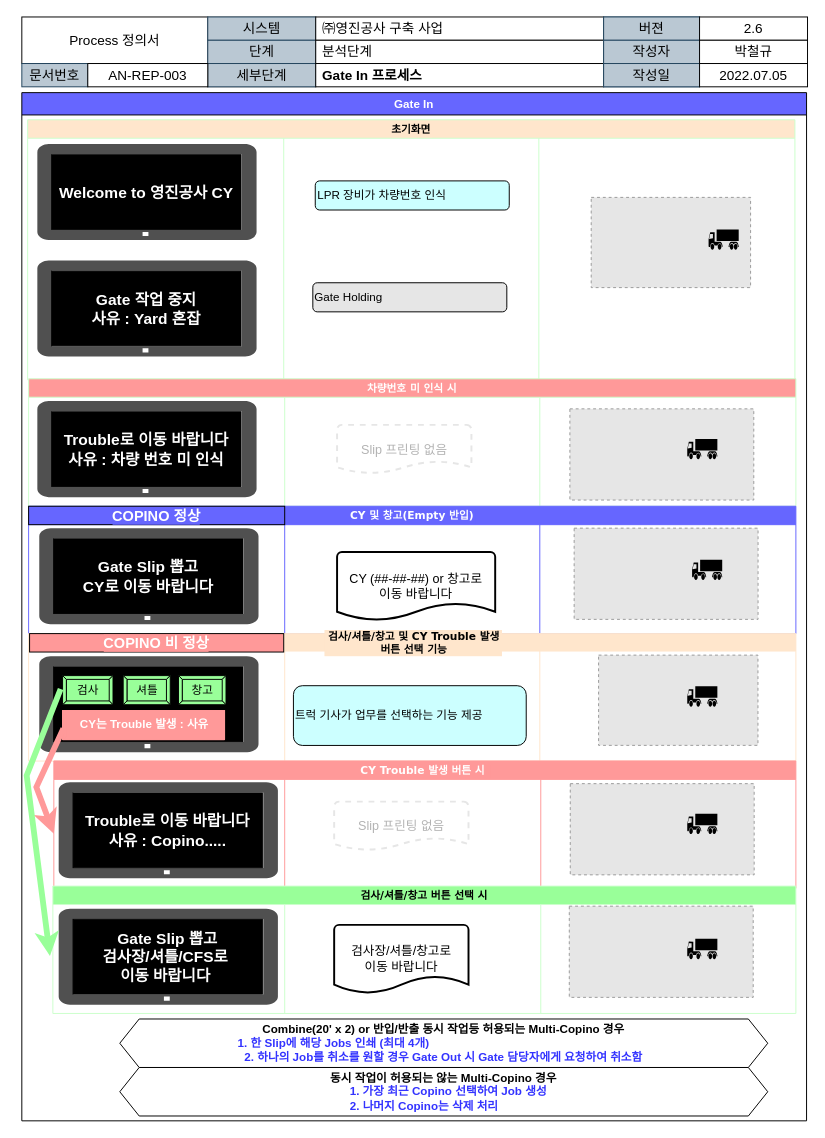
The draw.io diagram page "GATE IN (화면)" (3 of 7) of 산출물/프로세스 명세서 (업무).drawio in yabadadu/-, before the edit. Source tidied: cells renumbered, new cells numbered last; positions are measured from the earlier drawing's top-left corner, leaving out a move shared by most shapes. Both pictures are drawn from the tidied source at 97%, with x=0, y=0 at pixel (21, 16). Pictures stored in the file or linked from it are replaced by grey dashed boxes.
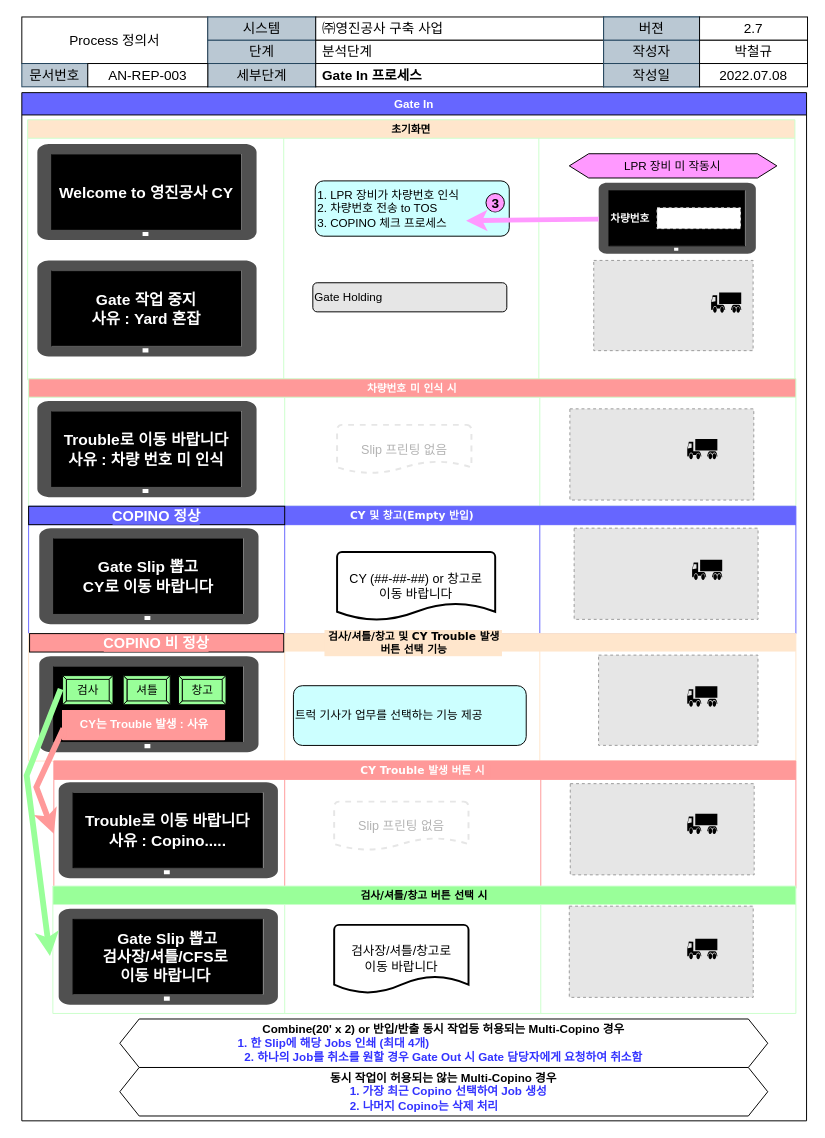
After the change.

Unchanged cells that the change refers to:
```xml
<mxCell id="2" value="Gate In" style="swimlane;fillColor=#6666FF;fontColor=#FFFFFF;" parent="1" vertex="1">
  <mxGeometry y="78" width="809" height="1060" as="geometry" />
</mxCell>
<mxCell id="97" style="group;" parent="83" vertex="1">
  <mxGeometry x="698.7" width="111.3" height="72" as="geometry" />
</mxCell>
```

What changed in the source:
```diff
@@
     <mxCell id="8" style="fillColor=#E6E6E6;strokeColor=#999999;dashed=1;verticalLabelPosition=bottom;verticalAlign=top;labelBackgroundColor=#CCFFFF;fontFamily=Verdana;fontSize=16;fontColor=#000000;" parent="2" vertex="1">
-      <mxGeometry x="587" y="108" width="164.3" height="93" as="geometry" />
+      <mxGeometry x="589.6" y="173" width="164.3" height="93" as="geometry" />
     </mxCell>
     <mxCell id="9" style="shape=mxgraph.signs.transportation.truck_7;html=1;fillColor=#000000;strokeColor=none;verticalLabelPosition=bottom;verticalAlign=top;align=center;sketch=0;" parent="2" vertex="1">
-      <mxGeometry x="708" y="141" width="31.1" height="21" as="geometry" />
+      <mxGeometry x="710.6" y="206" width="31.1" height="21" as="geometry" />
     </mxCell>
@@
-    <mxCell id="29" value="LPR 장비가 차량번호 인식" style="rounded=1;whiteSpace=wrap;html=1;align=left;fillColor=#CCFFFF;" parent="2" vertex="1">
-      <mxGeometry x="302.5" y="91" width="200" height="30" as="geometry" />
+    <mxCell id="29" value="1. LPR 장비가 차량번호 인식&lt;br&gt;2. 차량번호 전송 to TOS&lt;br&gt;3. COPINO 체크 프로세스" style="rounded=1;whiteSpace=wrap;html=1;align=left;fillColor=#CCFFFF;" parent="2" vertex="1">
+      <mxGeometry x="302.5" y="91" width="200" height="57" as="geometry" />
     </mxCell>
@@
+    <mxCell id="104" style="group;" parent="2" vertex="1">
+      <mxGeometry x="594.7" y="93" width="181" height="73" as="geometry" />
+    </mxCell>
+    <mxCell id="105" style="sketch=0;shadow=0;dashed=0;html=1;strokeColor=none;fillColor=#505050;labelPosition=center;verticalLabelPosition=bottom;verticalAlign=top;outlineConnect=0;align=center;shape=mxgraph.office.devices.tablet_windows_8;labelBackgroundColor=#CCFFFF;fontSize=10;fontColor=#000000;" parent="104" vertex="1">
+      <mxGeometry width="162" height="73" as="geometry" />
+    </mxCell>
+    <mxCell id="106" value="차량번호" style="rounded=0;whiteSpace=wrap;html=1;labelBackgroundColor=#000000;fontSize=11;fontColor=#FFFFFF;strokeColor=#000000;fillColor=#000000;fontStyle=1;align=left;" parent="104" vertex="1">
+      <mxGeometry x="10.6" y="8.1" width="139.9" height="56.8" as="geometry" />
+    </mxCell>
+    <mxCell id="107" style="rounded=0;whiteSpace=wrap;html=1;dashed=1;labelBackgroundColor=#FF9999;fontFamily=Verdana;fontSize=13;fontColor=#FFFFFF;strokeColor=#E6E6E6;fillColor=#FFFFFF;" parent="104" vertex="1">
+      <mxGeometry x="60.2" y="25.8" width="86" height="21.4" as="geometry" />
+    </mxCell>
+    <mxCell id="108" style="endArrow=classic;html=1;rounded=0;fontSize=11;fontColor=#000000;strokeWidth=5;strokeColor=#FF99FF;shadow=0;" parent="2" edge="1" source="105">
+      <mxGeometry relative="1" as="geometry">
+        <mxPoint x="458" y="132" as="targetPoint" />
+      </mxGeometry>
+    </mxCell>
+    <mxCell id="109" value="&lt;span style=&quot;font-size: 12px; text-align: left; background-color: rgb(255, 153, 255);&quot;&gt;LPR 장비 미 작동시&lt;/span&gt;" style="shape=hexagon;perimeter=hexagonPerimeter2;whiteSpace=wrap;html=1;fixedSize=1;labelBackgroundColor=#FF99FF;fontSize=11;fontColor=#000000;fillColor=#FF99FF;" parent="2" vertex="1">
+      <mxGeometry x="564.4" y="63" width="214" height="25" as="geometry" />
+    </mxCell>
+    <mxCell id="110" value="3" style="ellipse;whiteSpace=wrap;html=1;labelBackgroundColor=#FF99FF;fontSize=14;fontColor=#000000;fillColor=#FF99FF;fontStyle=1;" parent="2" vertex="1">
+      <mxGeometry x="478.5" y="104" width="19" height="19" as="geometry" />
+    </mxCell>
@@
-    <mxCell id="98" value="2.6" style="rounded=0;whiteSpace=wrap;html=1;fontSize=14;" parent="97" vertex="1">
+    <mxCell id="98" value="2.7" style="rounded=0;whiteSpace=wrap;html=1;fontSize=14;" parent="97" vertex="1">
       <mxGeometry width="111.3" height="24" as="geometry" />
     </mxCell>
@@
-    <mxCell id="101" value="2022.07.05" style="rounded=0;whiteSpace=wrap;html=1;fontSize=14;" parent="97" vertex="1">
+    <mxCell id="101" value="2022.07.08" style="rounded=0;whiteSpace=wrap;html=1;fontSize=14;" parent="97" vertex="1">
       <mxGeometry y="48" width="111.3" height="24" as="geometry" />
     </mxCell>
```
